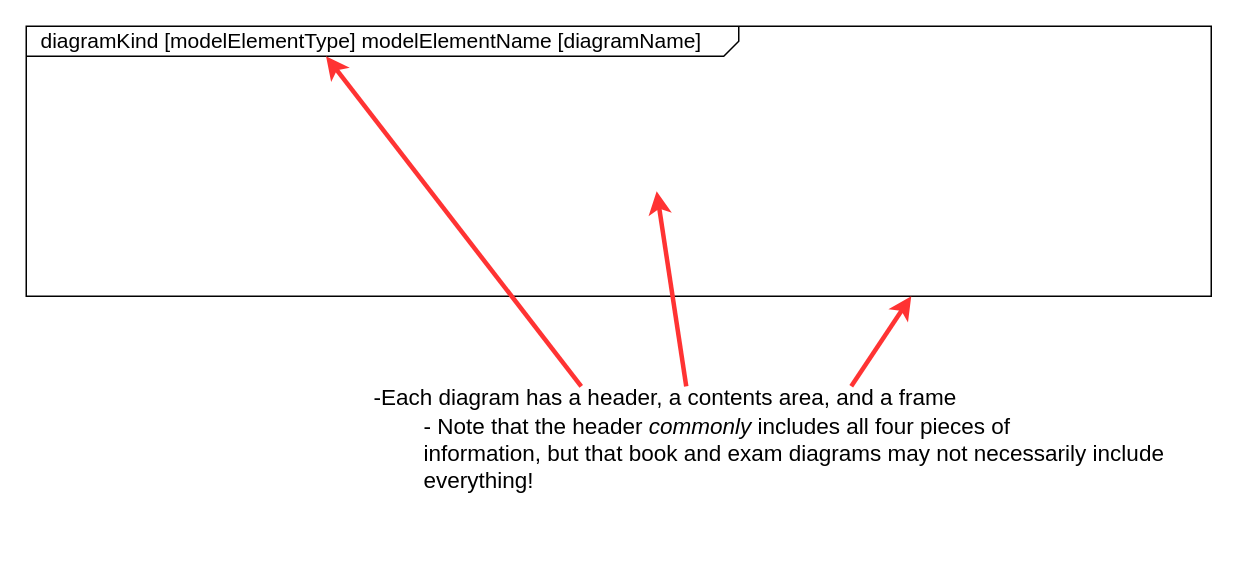
Earlier version of the draw.io diagram SysML Lessons/SVGs/1_Diagrams.drawio (JeffreyWerth/AWS-Architecture-Model-Repository). Source tidied: cells renumbered, new cells numbered last; positions are measured from the earlier drawing's top-left corner, leaving out a move shared by most shapes. Both pictures are drawn from the tidied source at 150%, with x=0, y=0 at pixel (26, 26).
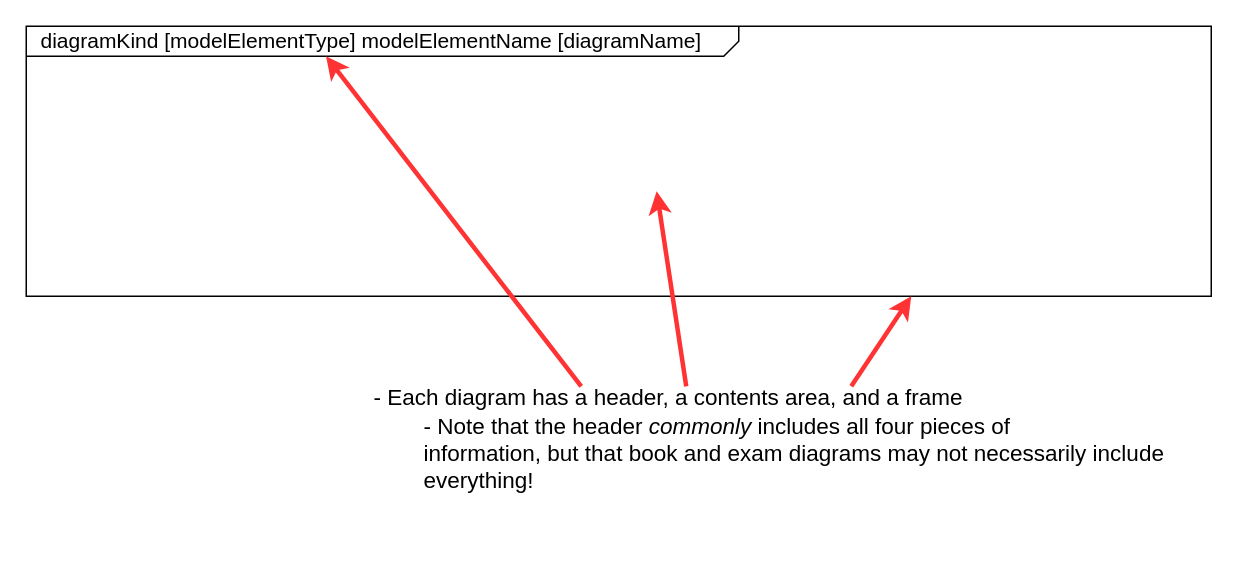
After the change.

Commit message (it also covers changes not shown here):
Header Format Definitions

Diff of the diagram source:
```diff
@@
 <mxGraphModel>
   <root>
     <mxCell id="0" />
     <mxCell id="1" parent="0" />
     <mxCell id="2" value="&lt;p style=&quot;text-align: left; margin: 4px 0px 0px 10px; line-height: 90%; font-size: 14px;&quot;&gt;&lt;span style=&quot;border-color: var(--border-color);&quot;&gt;diagramKind&lt;/span&gt;&lt;span style=&quot;border-color: var(--border-color);&quot;&gt;&amp;nbsp;[&lt;/span&gt;&lt;span style=&quot;border-color: var(--border-color);&quot;&gt;modelElementType&lt;/span&gt;&lt;span style=&quot;border-color: var(--border-color);&quot;&gt;]&amp;nbsp;&lt;/span&gt;&lt;span style=&quot;border-color: var(--border-color);&quot;&gt;modelElementName&lt;/span&gt;&lt;span style=&quot;border-color: var(--border-color);&quot;&gt;&amp;nbsp;[&lt;/span&gt;&lt;span style=&quot;border-color: var(--border-color);&quot;&gt;diagramName&lt;/span&gt;&lt;span style=&quot;border-color: var(--border-color);&quot;&gt;]&lt;/span&gt;&lt;br&gt;&lt;/p&gt;" style="html=1;shape=mxgraph.sysml.package;html=1;overflow=fill;whiteSpace=wrap;fontSize=16;labelX=475.33;" parent="1" vertex="1">
       <mxGeometry width="790" height="180" as="geometry" />
     </mxCell>
-    <mxCell id="3" value="&lt;div style=&quot;font-size: 15px;&quot; class=&quot;O0&quot;&gt;&lt;font style=&quot;font-size: 15px;&quot;&gt;-&lt;span style=&quot;font-family: &amp;quot;Avenir Next LT Pro&amp;quot;;&quot;&gt;Each diagram has a header, a contents area, and a frame&lt;/span&gt;&lt;/font&gt;&lt;/div&gt;&lt;font style=&quot;font-size: 15px;&quot;&gt;&lt;span style=&quot;background-color: initial; font-family: &amp;quot;Avenir Next LT Pro&amp;quot;;&quot;&gt;&lt;span style=&quot;white-space: pre;&quot;&gt;&#9;&lt;/span&gt;- Note that the header &lt;/span&gt;&lt;span style=&quot;background-color: initial; font-family: &amp;quot;Avenir Next LT Pro&amp;quot;; font-style: italic;&quot;&gt;commonly&lt;/span&gt;&lt;span style=&quot;background-color: initial; font-family: &amp;quot;Avenir Next LT Pro&amp;quot;;&quot;&gt; includes all four pieces of&lt;/span&gt;&lt;br&gt;&lt;/font&gt;&lt;div style=&quot;font-size: 15px;&quot; class=&quot;O1&quot;&gt;&lt;span style=&quot;font-family: &amp;quot;Avenir Next LT Pro&amp;quot;;&quot;&gt;&lt;font style=&quot;font-size: 15px;&quot;&gt;&lt;span style=&quot;white-space: pre;&quot;&gt;&#9;&lt;/span&gt;information, but that book and exam diagrams may not necessarily include&lt;br&gt;&lt;span style=&quot;white-space: pre;&quot;&gt;&#9;&lt;/span&gt;everything!&lt;/font&gt;&lt;/span&gt;&lt;/div&gt;" style="text;html=1;strokeColor=none;fillColor=none;align=left;verticalAlign=middle;whiteSpace=wrap;rounded=0;fontSize=16;" parent="1" vertex="1">
+    <mxCell id="3" value="&lt;div style=&quot;font-size: 15px;&quot; class=&quot;O0&quot;&gt;&lt;font style=&quot;font-size: 15px;&quot;&gt;-&amp;nbsp;&lt;span style=&quot;font-family: &amp;quot;Avenir Next LT Pro&amp;quot;;&quot;&gt;Each diagram has a header, a contents area, and a frame&lt;/span&gt;&lt;/font&gt;&lt;/div&gt;&lt;font style=&quot;font-size: 15px;&quot;&gt;&lt;span style=&quot;background-color: initial; font-family: &amp;quot;Avenir Next LT Pro&amp;quot;;&quot;&gt;&lt;span style=&quot;white-space: pre;&quot;&gt;&#9;&lt;/span&gt;- Note that the header &lt;/span&gt;&lt;span style=&quot;background-color: initial; font-family: &amp;quot;Avenir Next LT Pro&amp;quot;; font-style: italic;&quot;&gt;commonly&lt;/span&gt;&lt;span style=&quot;background-color: initial; font-family: &amp;quot;Avenir Next LT Pro&amp;quot;;&quot;&gt; includes all four pieces of&lt;/span&gt;&lt;br&gt;&lt;/font&gt;&lt;div style=&quot;font-size: 15px;&quot; class=&quot;O1&quot;&gt;&lt;span style=&quot;font-family: &amp;quot;Avenir Next LT Pro&amp;quot;;&quot;&gt;&lt;font style=&quot;font-size: 15px;&quot;&gt;&lt;span style=&quot;white-space: pre;&quot;&gt;&#9;&lt;/span&gt;information, but that book and exam diagrams may not necessarily include&lt;br&gt;&lt;span style=&quot;white-space: pre;&quot;&gt;&#9;&lt;/span&gt;everything!&lt;/font&gt;&lt;/span&gt;&lt;/div&gt;" style="text;html=1;strokeColor=none;fillColor=none;align=left;verticalAlign=middle;whiteSpace=wrap;rounded=0;fontSize=16;" parent="1" vertex="1">
       <mxGeometry x="230" y="210" width="560" height="130" as="geometry" />
     </mxCell>
     <mxCell id="4" style="endArrow=classic;html=1;rounded=0;fontSize=15;entryX=0.253;entryY=0.111;entryDx=0;entryDy=0;entryPerimeter=0;exitX=0.25;exitY=0.231;exitDx=0;exitDy=0;exitPerimeter=0;strokeColor=#FF3333;strokeWidth=3;" parent="1" edge="1" source="3" target="2">
       <mxGeometry relative="1" as="geometry" />
     </mxCell>
     <mxCell id="5" style="endArrow=classic;html=1;rounded=0;fontSize=15;entryX=0.532;entryY=0.611;entryDx=0;entryDy=0;entryPerimeter=0;strokeWidth=3;strokeColor=#FF3333;exitX=0.375;exitY=0.231;exitDx=0;exitDy=0;exitPerimeter=0;" parent="1" edge="1" source="3" target="2">
       <mxGeometry relative="1" as="geometry" />
     </mxCell>
     <mxCell id="6" style="endArrow=classic;html=1;rounded=0;fontSize=15;entryX=0.253;entryY=0.111;entryDx=0;entryDy=0;entryPerimeter=0;strokeColor=#FF3333;strokeWidth=3;" parent="1" edge="1">
       <mxGeometry relative="1" as="geometry">
         <mxPoint x="550" y="240" as="sourcePoint" />
         <mxPoint x="590" y="180" as="targetPoint" />
       </mxGeometry>
     </mxCell>
   </root>
 </mxGraphModel>
```
